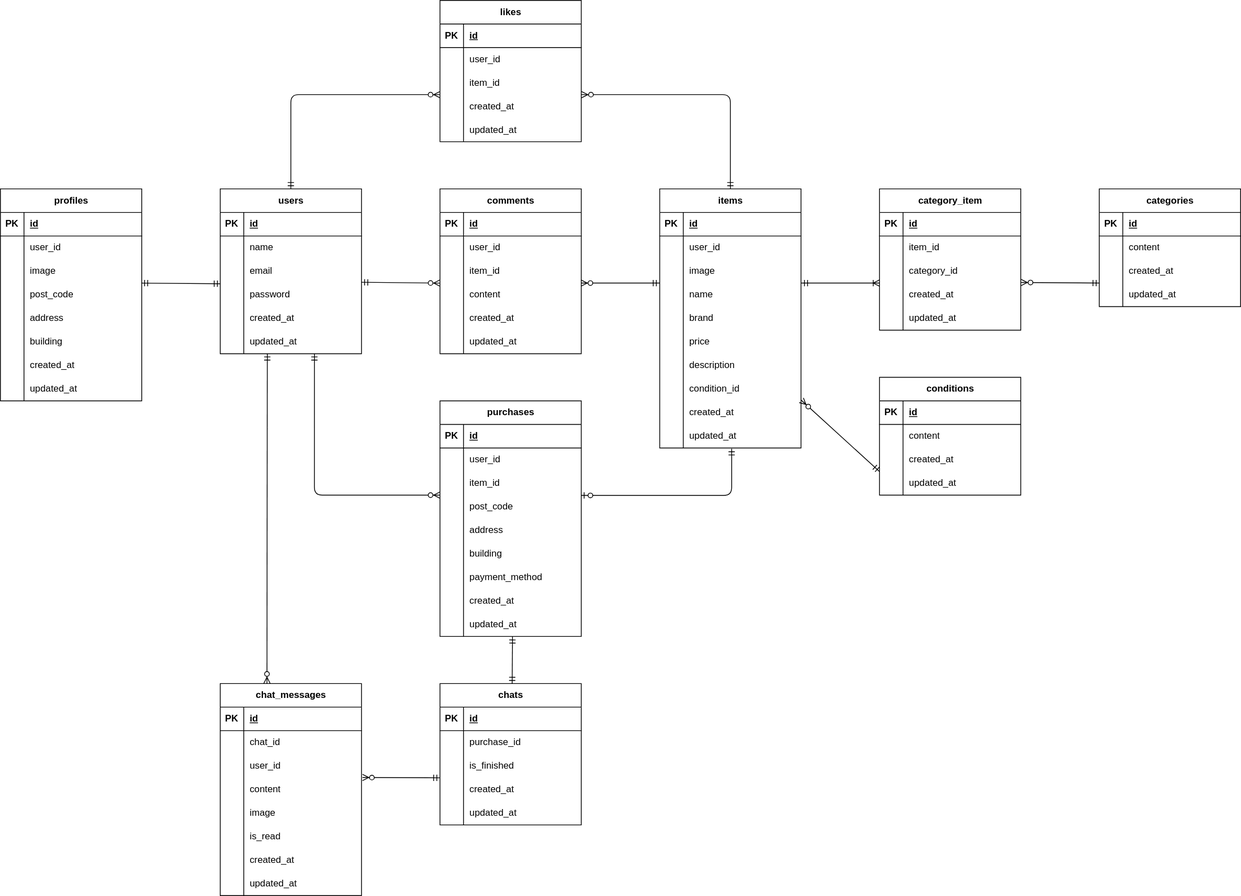
Above: erd.drawio.svg in oura-takeshi/flea-market (draw.io), before the change. Source tidied: cells renumbered, new cells last; positions are measured from the earlier drawing's top-left corner, leaving out a move shared by most shapes.
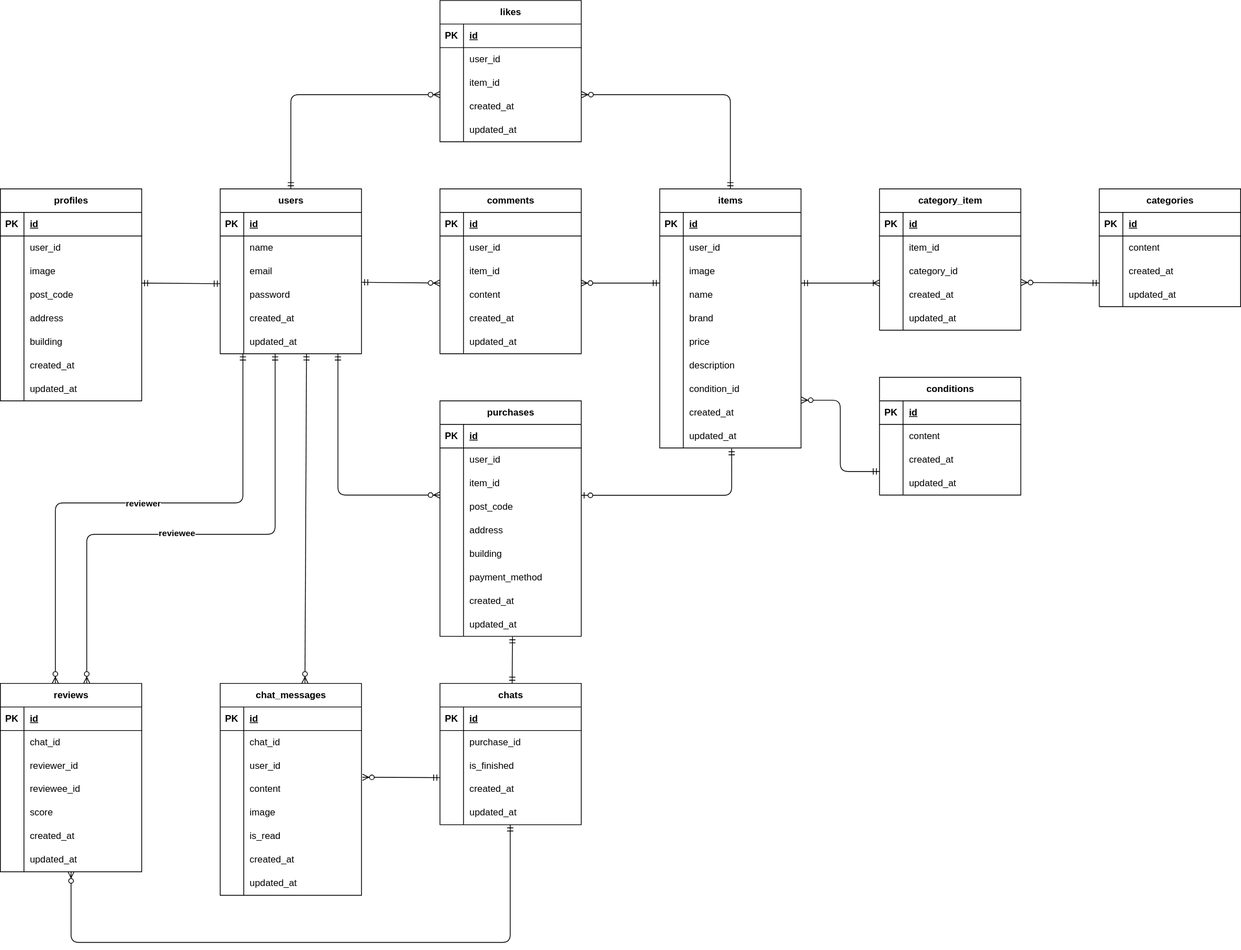
Above is the later version.

What changed in the source:
```diff
@@ -380,12 +380,11 @@
     <mxCell id="126" value="updated_at" style="shape=partialRectangle;fillColor=none;top=0;left=0;bottom=0;right=0;align=left;spacingLeft=6;overflow=hidden;whiteSpace=wrap;html=1;" parent="124" vertex="1">
       <mxGeometry x="30" width="150" height="30" as="geometry" />
     </mxCell>
-    <mxCell id="127" style="fontSize=12;html=1;endArrow=ERzeroToMany;startArrow=ERmandOne;exitX=0.504;exitY=1.027;exitDx=0;exitDy=0;exitPerimeter=0;edgeStyle=elbowEdgeStyle;" parent="1" edge="1">
+    <mxCell id="127" style="fontSize=12;html=1;endArrow=ERzeroToMany;startArrow=ERmandOne;edgeStyle=orthogonalEdgeStyle;" parent="1" edge="1" source="18">
       <mxGeometry relative="1" as="geometry">
-        <mxPoint x="400" y="450" as="sourcePoint" />
         <mxPoint x="560" y="630" as="targetPoint" />
         <Array as="points">
-          <mxPoint x="400" y="540" />
+          <mxPoint x="430" y="630" />
         </Array>
       </mxGeometry>
     </mxCell>
@@ -528,7 +527,7 @@
     <mxCell id="172" value="updated_at" style="shape=partialRectangle;fillColor=none;top=0;left=0;bottom=0;right=0;align=left;spacingLeft=6;overflow=hidden;whiteSpace=wrap;html=1;" parent="170" vertex="1">
       <mxGeometry x="30" width="150" height="30" as="geometry" />
     </mxCell>
-    <mxCell id="173" style="fontSize=12;html=1;endArrow=ERzeroToMany;startArrow=ERmandOne;exitX=0;exitY=0;exitDx=0;exitDy=0;exitPerimeter=0;entryX=1.002;entryY=-0.027;entryDx=0;entryDy=0;entryPerimeter=0;" parent="1" edge="1" source="170" target="46">
+    <mxCell id="173" style="fontSize=12;html=1;endArrow=ERzeroToMany;startArrow=ERmandOne;exitX=0;exitY=0;exitDx=0;exitDy=0;exitPerimeter=0;entryX=1.002;entryY=-0.027;entryDx=0;entryDy=0;entryPerimeter=0;edgeStyle=elbowEdgeStyle;" parent="1" edge="1" source="170" target="46">
       <mxGeometry relative="1" as="geometry" />
     </mxCell>
     <mxCell id="174" value="likes" style="shape=table;startSize=30;rowLines=0;fontStyle=1;align=center;html=1;" parent="1" vertex="1">
@@ -669,9 +668,10 @@
     <mxCell id="216" value="updated_at" style="shape=partialRectangle;fillColor=none;top=0;left=0;bottom=0;right=0;align=left;spacingLeft=6;overflow=hidden;whiteSpace=wrap;html=1;" parent="214" vertex="1">
       <mxGeometry x="30" width="150" height="30" as="geometry" />
     </mxCell>
-    <mxCell id="217" style="fontSize=12;html=1;endArrow=ERzeroToMany;startArrow=ERmandOne;entryX=0.331;entryY=-0.001;entryDx=0;entryDy=0;entryPerimeter=0;" parent="1" edge="1" target="192">
+    <mxCell id="217" style="fontSize=12;html=1;endArrow=ERzeroToMany;startArrow=ERmandOne;" parent="1" edge="1">
       <mxGeometry relative="1" as="geometry">
-        <mxPoint x="340" y="450" as="sourcePoint" />
+        <mxPoint x="390" y="450" as="sourcePoint" />
+        <mxPoint x="388" y="870" as="targetPoint" />
       </mxGeometry>
     </mxCell>
     <mxCell id="218" value="chats" style="shape=table;startSize=30;rowLines=0;fontStyle=1;align=center;html=1;" parent="1" vertex="1">
@@ -732,5 +732,103 @@
         <mxPoint x="560" y="990" as="sourcePoint" />
       </mxGeometry>
     </mxCell>
+    <mxCell id="236" value="reviews" style="shape=table;startSize=30;rowLines=0;fontStyle=1;align=center;html=1;" parent="1" vertex="1">
+      <mxGeometry y="870" width="180" height="240" as="geometry" />
+    </mxCell>
+    <mxCell id="237" style="shape=tableRow;horizontal=0;startSize=0;swimlaneHead=0;swimlaneBody=0;fillColor=none;top=0;left=0;right=0;bottom=1;" parent="236" vertex="1">
+      <mxGeometry y="30" width="180" height="30" as="geometry" />
+    </mxCell>
+    <mxCell id="238" value="PK" style="shape=partialRectangle;fillColor=none;top=0;left=0;bottom=0;right=0;fontStyle=1;overflow=hidden;whiteSpace=wrap;html=1;" parent="237" vertex="1">
+      <mxGeometry width="30" height="30" as="geometry" />
+    </mxCell>
+    <mxCell id="239" value="id" style="shape=partialRectangle;fillColor=none;top=0;left=0;bottom=0;right=0;align=left;spacingLeft=6;fontStyle=5;overflow=hidden;whiteSpace=wrap;html=1;" parent="237" vertex="1">
+      <mxGeometry x="30" width="150" height="30" as="geometry" />
+    </mxCell>
+    <mxCell id="240" style="shape=tableRow;horizontal=0;startSize=0;swimlaneHead=0;swimlaneBody=0;fillColor=none;top=0;left=0;right=0;bottom=0;" parent="236" vertex="1">
+      <mxGeometry y="60" width="180" height="30" as="geometry" />
+    </mxCell>
+    <mxCell id="241" style="shape=partialRectangle;fillColor=none;top=0;left=0;bottom=0;right=0;overflow=hidden;whiteSpace=wrap;html=1;" parent="240" vertex="1">
+      <mxGeometry width="30" height="30" as="geometry" />
+    </mxCell>
+    <mxCell id="242" value="chat_id" style="shape=partialRectangle;fillColor=none;top=0;left=0;bottom=0;right=0;align=left;spacingLeft=6;overflow=hidden;whiteSpace=wrap;html=1;" parent="240" vertex="1">
+      <mxGeometry x="30" width="150" height="30" as="geometry" />
+    </mxCell>
+    <mxCell id="243" style="shape=tableRow;horizontal=0;startSize=0;swimlaneHead=0;swimlaneBody=0;fillColor=none;top=0;left=0;right=0;bottom=0;" parent="236" vertex="1">
+      <mxGeometry y="90" width="180" height="30" as="geometry" />
+    </mxCell>
+    <mxCell id="244" style="shape=partialRectangle;fillColor=none;top=0;left=0;bottom=0;right=0;overflow=hidden;whiteSpace=wrap;html=1;" parent="243" vertex="1">
+      <mxGeometry width="30" height="30" as="geometry" />
+    </mxCell>
+    <mxCell id="245" value="reviewer_id" style="shape=partialRectangle;fillColor=none;top=0;left=0;bottom=0;right=0;align=left;spacingLeft=6;overflow=hidden;whiteSpace=wrap;html=1;" parent="243" vertex="1">
+      <mxGeometry x="30" width="150" height="30" as="geometry" />
+    </mxCell>
+    <mxCell id="246" style="shape=tableRow;horizontal=0;startSize=0;swimlaneHead=0;swimlaneBody=0;fillColor=none;top=0;left=0;right=0;bottom=0;" parent="236" vertex="1">
+      <mxGeometry y="120" width="180" height="30" as="geometry" />
+    </mxCell>
+    <mxCell id="247" style="shape=partialRectangle;fillColor=none;top=0;left=0;bottom=0;right=0;overflow=hidden;whiteSpace=wrap;html=1;" parent="246" vertex="1">
+      <mxGeometry width="30" height="30" as="geometry" />
+    </mxCell>
+    <mxCell id="248" value="reviewee_id" style="shape=partialRectangle;fillColor=none;top=0;left=0;bottom=0;right=0;align=left;spacingLeft=6;overflow=hidden;whiteSpace=wrap;html=1;" parent="246" vertex="1">
+      <mxGeometry x="30" width="150" height="30" as="geometry" />
+    </mxCell>
+    <mxCell id="249" style="shape=tableRow;horizontal=0;startSize=0;swimlaneHead=0;swimlaneBody=0;fillColor=none;top=0;left=0;right=0;bottom=0;" parent="236" vertex="1">
+      <mxGeometry y="150" width="180" height="30" as="geometry" />
+    </mxCell>
+    <mxCell id="250" style="shape=partialRectangle;fillColor=none;top=0;left=0;bottom=0;right=0;overflow=hidden;whiteSpace=wrap;html=1;" parent="249" vertex="1">
+      <mxGeometry width="30" height="30" as="geometry" />
+    </mxCell>
+    <mxCell id="251" value="score" style="shape=partialRectangle;fillColor=none;top=0;left=0;bottom=0;right=0;align=left;spacingLeft=6;overflow=hidden;whiteSpace=wrap;html=1;" parent="249" vertex="1">
+      <mxGeometry x="30" width="150" height="30" as="geometry" />
+    </mxCell>
+    <mxCell id="252" style="shape=tableRow;horizontal=0;startSize=0;swimlaneHead=0;swimlaneBody=0;fillColor=none;top=0;left=0;right=0;bottom=0;" parent="236" vertex="1">
+      <mxGeometry y="180" width="180" height="30" as="geometry" />
+    </mxCell>
+    <mxCell id="253" style="shape=partialRectangle;fillColor=none;top=0;left=0;bottom=0;right=0;overflow=hidden;whiteSpace=wrap;html=1;" parent="252" vertex="1">
+      <mxGeometry width="30" height="30" as="geometry" />
+    </mxCell>
+    <mxCell id="254" value="created_at" style="shape=partialRectangle;fillColor=none;top=0;left=0;bottom=0;right=0;align=left;spacingLeft=6;overflow=hidden;whiteSpace=wrap;html=1;" parent="252" vertex="1">
+      <mxGeometry x="30" width="150" height="30" as="geometry" />
+    </mxCell>
+    <mxCell id="255" style="shape=tableRow;horizontal=0;startSize=0;swimlaneHead=0;swimlaneBody=0;fillColor=none;points=[[0,0.5],[1,0.5]];portConstraint=eastwest;top=0;left=0;right=0;bottom=0;" parent="236" vertex="1">
+      <mxGeometry y="210" width="180" height="30" as="geometry" />
+    </mxCell>
+    <mxCell id="256" style="shape=partialRectangle;fillColor=none;top=0;left=0;bottom=0;right=0;overflow=hidden;whiteSpace=wrap;html=1;" parent="255" vertex="1">
+      <mxGeometry width="30" height="30" as="geometry" />
+    </mxCell>
+    <mxCell id="257" value="updated_at" style="shape=partialRectangle;fillColor=none;top=0;left=0;bottom=0;right=0;align=left;spacingLeft=6;overflow=hidden;whiteSpace=wrap;html=1;" parent="255" vertex="1">
+      <mxGeometry x="30" width="150" height="30" as="geometry" />
+    </mxCell>
+    <mxCell id="258" style="fontSize=12;html=1;endArrow=ERzeroToMany;startArrow=ERmandOne;edgeStyle=orthogonalEdgeStyle;entryX=0.5;entryY=0.987;entryDx=0;entryDy=0;entryPerimeter=0;" parent="1" edge="1" target="255">
+      <mxGeometry relative="1" as="geometry">
+        <mxPoint x="649.5" y="1050" as="sourcePoint" />
+        <Array as="points">
+          <mxPoint x="650" y="1200" />
+          <mxPoint x="90" y="1200" />
+        </Array>
+      </mxGeometry>
+    </mxCell>
+    <mxCell id="259" style="fontSize=12;html=1;endArrow=ERzeroToMany;startArrow=ERmandOne;edgeStyle=orthogonalEdgeStyle;" parent="1" edge="1" source="18" target="236">
+      <mxGeometry relative="1" as="geometry">
+        <Array as="points">
+          <mxPoint x="350" y="680" />
+          <mxPoint x="110" y="680" />
+        </Array>
+      </mxGeometry>
+    </mxCell>
+    <mxCell id="260" value="&lt;b&gt;reviewee&lt;/b&gt;" style="edgeLabel;html=1;align=center;verticalAlign=middle;" parent="259" vertex="1">
+      <mxGeometry x="0.08" y="-2" relative="1" as="geometry" />
+    </mxCell>
+    <mxCell id="261" style="fontSize=12;html=1;endArrow=ERzeroToMany;startArrow=ERmandOne;edgeStyle=orthogonalEdgeStyle;" parent="1" edge="1" target="236">
+      <mxGeometry relative="1" as="geometry">
+        <mxPoint x="309" y="450" as="sourcePoint" />
+        <Array as="points">
+          <mxPoint x="309" y="640" />
+          <mxPoint x="70" y="640" />
+        </Array>
+      </mxGeometry>
+    </mxCell>
+    <mxCell id="262" value="&lt;b&gt;reviewer&lt;/b&gt;" style="edgeLabel;html=1;align=center;verticalAlign=middle;" parent="261" vertex="1">
+      <mxGeometry x="-0.03" relative="1" as="geometry" />
+    </mxCell>
   </root>
 </mxGraphModel>
```
